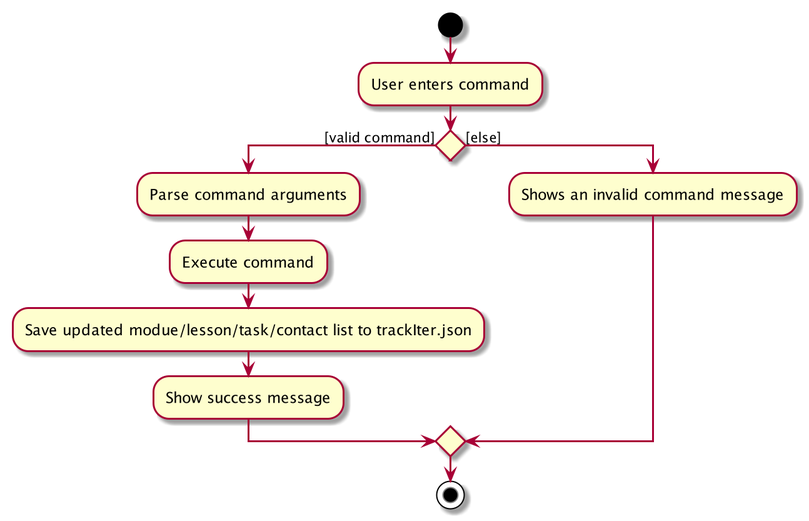
Before: docs/images/CommandActivityDiagram.png, a diagram exported from PlantUML (simonteozw/tp).
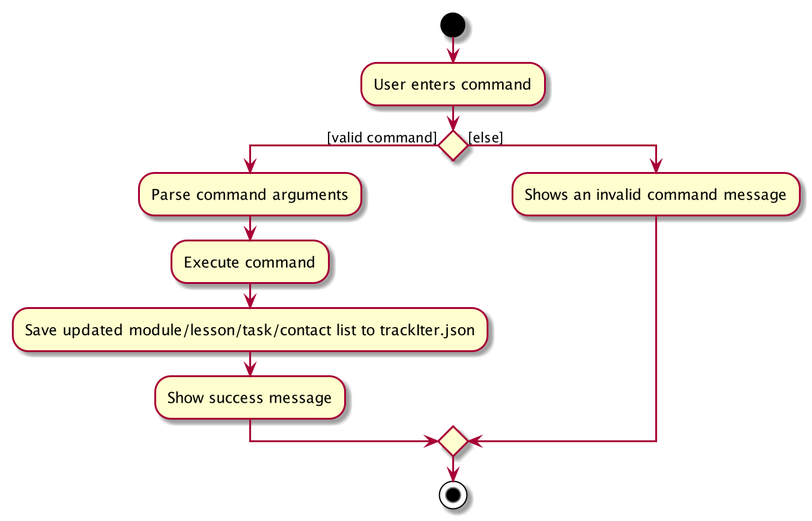
Above is the later version.

Diff of the diagram source:
```diff
@@ -6,7 +6,7 @@
 if () then ([valid command])
     :Parse command arguments;
     :Execute command;
-    :Save updated modue/lesson/task/contact list to trackIter.json;
+    :Save updated module/lesson/task/contact list to trackIter.json;
     :Show success message;
 else ([else])
     :Shows an invalid command message;
```
